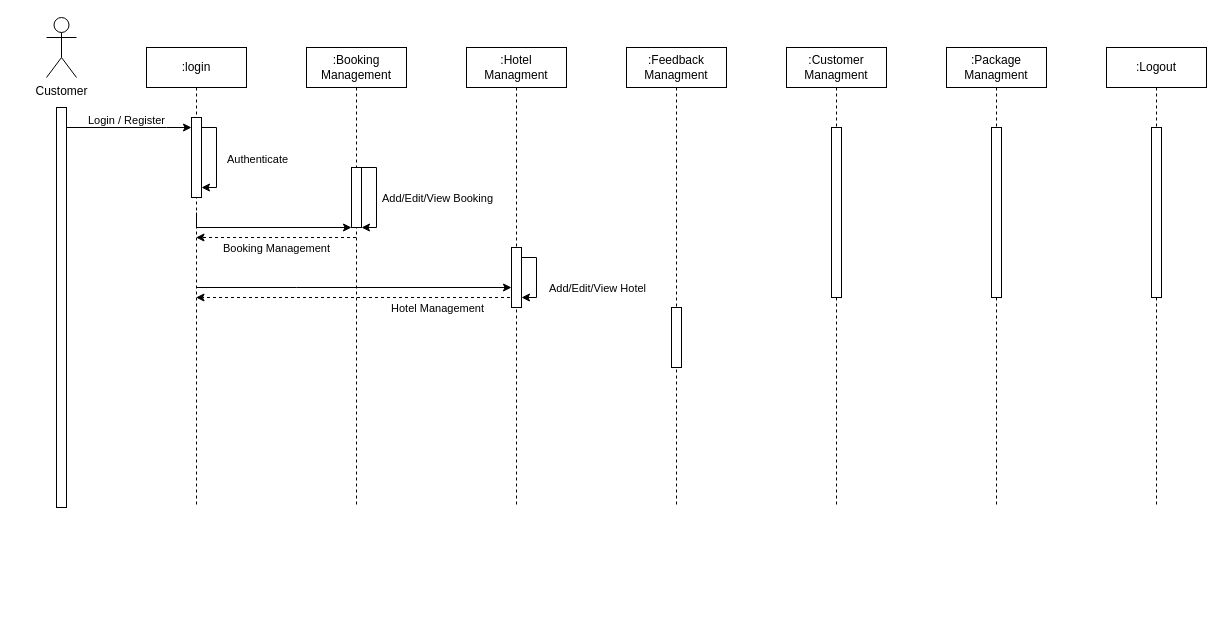
Earlier version of the draw.io diagram sequence dr.drawio (ziard47/Diagram). Source tidied: cells renumbered, new cells numbered last; positions are measured from the earlier drawing's top-left corner, leaving out a move shared by most shapes. Both pictures are drawn from the tidied source at 100%, with x=0, y=0 at pixel (46, 17).
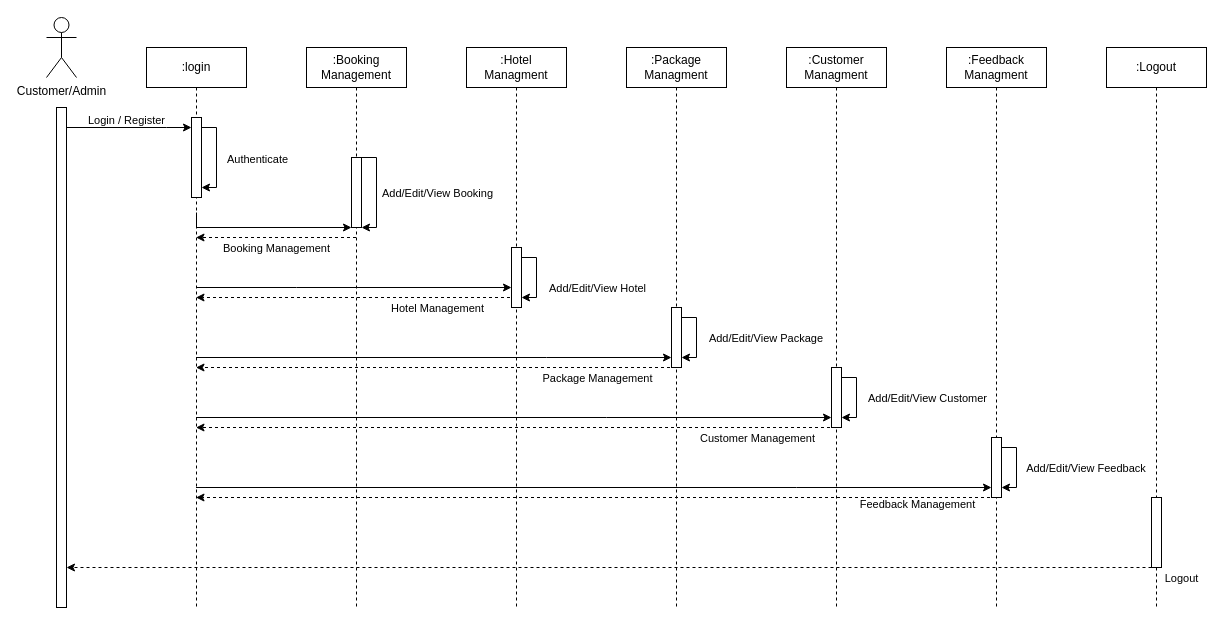
The same diagram, later.

The change refers to these unchanged cells:
```xml
<mxCell id="18" style="html=1;points=[];perimeter=orthogonalPerimeter;outlineConnect=0;targetShapes=umlLifeline;portConstraint=eastwest;newEdgeStyle={&quot;edgeStyle&quot;:&quot;elbowEdgeStyle&quot;,&quot;elbow&quot;:&quot;vertical&quot;,&quot;curved&quot;:0,&quot;rounded&quot;:0};" parent="17" vertex="1">
  <mxGeometry x="45" y="260" width="10" height="60" as="geometry" />
</mxCell>
```

Change to the diagram source:
```diff
@@
+    <mxCell id="32" style="edgeStyle=elbowEdgeStyle;rounded=0;jettySize=auto;html=1;elbow=vertical;curved=0;" parent="1" edge="1" source="3" target="18">
+      <mxGeometry relative="1" as="geometry">
+        <Array as="points">
+          <mxPoint x="500" y="340" />
+        </Array>
+      </mxGeometry>
+    </mxCell>
+    <mxCell id="33" style="edgeStyle=elbowEdgeStyle;rounded=0;jettySize=auto;html=1;elbow=vertical;curved=0;" parent="1" edge="1" source="3" target="20">
+      <mxGeometry relative="1" as="geometry">
+        <Array as="points">
+          <mxPoint x="560" y="400" />
+          <mxPoint x="510" y="390" />
+        </Array>
+      </mxGeometry>
+    </mxCell>
+    <mxCell id="34" style="edgeStyle=elbowEdgeStyle;rounded=0;jettySize=auto;html=1;elbow=vertical;curved=0;" parent="1" edge="1" source="3" target="22">
+      <mxGeometry relative="1" as="geometry">
+        <Array as="points">
+          <mxPoint x="750" y="470" />
+        </Array>
+      </mxGeometry>
+    </mxCell>
     <mxCell id="3" value=":login" style="shape=umlLifeline;perimeter=lifelinePerimeter;whiteSpace=wrap;html=1;outlineConnect=0;portConstraint=eastwest;newEdgeStyle={&quot;edgeStyle&quot;:&quot;elbowEdgeStyle&quot;,&quot;elbow&quot;:&quot;vertical&quot;,&quot;curved&quot;:0,&quot;rounded&quot;:0};" parent="1" vertex="1">
-      <mxGeometry x="100" y="30" width="100" height="460" as="geometry" />
+      <mxGeometry x="100" y="30" width="100" height="560" as="geometry" />
     </mxCell>
@@
     <mxCell id="9" value=":Booking Management" style="shape=umlLifeline;perimeter=lifelinePerimeter;whiteSpace=wrap;html=1;outlineConnect=0;portConstraint=eastwest;newEdgeStyle={&quot;edgeStyle&quot;:&quot;elbowEdgeStyle&quot;,&quot;elbow&quot;:&quot;vertical&quot;,&quot;curved&quot;:0,&quot;rounded&quot;:0};" parent="1" vertex="1">
-      <mxGeometry x="260" y="30" width="100" height="460" as="geometry" />
+      <mxGeometry x="260" y="30" width="100" height="560" as="geometry" />
     </mxCell>
     <mxCell id="10" style="html=1;points=[];perimeter=orthogonalPerimeter;outlineConnect=0;targetShapes=umlLifeline;portConstraint=eastwest;newEdgeStyle={&quot;edgeStyle&quot;:&quot;elbowEdgeStyle&quot;,&quot;elbow&quot;:&quot;vertical&quot;,&quot;curved&quot;:0,&quot;rounded&quot;:0};" parent="9" vertex="1">
-      <mxGeometry x="45" y="120" width="10" height="60" as="geometry" />
+      <mxGeometry x="45" y="110" width="10" height="70" as="geometry" />
     </mxCell>
@@
     <mxCell id="14" value=":Hotel Managment" style="shape=umlLifeline;perimeter=lifelinePerimeter;whiteSpace=wrap;html=1;outlineConnect=0;portConstraint=eastwest;newEdgeStyle={&quot;edgeStyle&quot;:&quot;elbowEdgeStyle&quot;,&quot;elbow&quot;:&quot;vertical&quot;,&quot;curved&quot;:0,&quot;rounded&quot;:0};" parent="1" vertex="1">
-      <mxGeometry x="420" y="30" width="100" height="460" as="geometry" />
+      <mxGeometry x="420" y="30" width="100" height="560" as="geometry" />
     </mxCell>
@@
+    <mxCell id="35" style="edgeStyle=elbowEdgeStyle;rounded=0;jettySize=auto;html=1;elbow=vertical;curved=0;dashed=1;" parent="1" edge="1" source="17" target="3">
+      <mxGeometry relative="1" as="geometry">
+        <Array as="points">
+          <mxPoint x="340" y="350" />
+        </Array>
+      </mxGeometry>
+    </mxCell>
-    <mxCell id="17" value=":Feedback Managment" style="shape=umlLifeline;perimeter=lifelinePerimeter;whiteSpace=wrap;html=1;outlineConnect=0;portConstraint=eastwest;newEdgeStyle={&quot;edgeStyle&quot;:&quot;elbowEdgeStyle&quot;,&quot;elbow&quot;:&quot;vertical&quot;,&quot;curved&quot;:0,&quot;rounded&quot;:0};" parent="1" vertex="1">
-      <mxGeometry x="580" y="30" width="100" height="460" as="geometry" />
+    <mxCell id="17" value=":Package Managment" style="shape=umlLifeline;perimeter=lifelinePerimeter;whiteSpace=wrap;html=1;outlineConnect=0;portConstraint=eastwest;newEdgeStyle={&quot;edgeStyle&quot;:&quot;elbowEdgeStyle&quot;,&quot;elbow&quot;:&quot;vertical&quot;,&quot;curved&quot;:0,&quot;rounded&quot;:0};" parent="1" vertex="1">
+      <mxGeometry x="580" y="30" width="100" height="560" as="geometry" />
     </mxCell>
@@
+    <mxCell id="36" style="edgeStyle=elbowEdgeStyle;rounded=0;orthogonalLoop=1;jettySize=auto;html=1;elbow=vertical;curved=0;" parent="17" edge="1" source="18" target="18">
+      <mxGeometry relative="1" as="geometry">
+        <Array as="points">
+          <mxPoint x="70" y="310" />
+        </Array>
+      </mxGeometry>
+    </mxCell>
+    <mxCell id="37" style="edgeStyle=elbowEdgeStyle;rounded=0;jettySize=auto;html=1;elbow=vertical;curved=0;dashed=1;" parent="1" edge="1" source="19" target="3">
+      <mxGeometry relative="1" as="geometry">
+        <Array as="points">
+          <mxPoint x="390" y="410" />
+        </Array>
+      </mxGeometry>
+    </mxCell>
     <mxCell id="19" value=":Customer Managment" style="shape=umlLifeline;perimeter=lifelinePerimeter;whiteSpace=wrap;html=1;outlineConnect=0;portConstraint=eastwest;newEdgeStyle={&quot;edgeStyle&quot;:&quot;elbowEdgeStyle&quot;,&quot;elbow&quot;:&quot;vertical&quot;,&quot;curved&quot;:0,&quot;rounded&quot;:0};" parent="1" vertex="1">
-      <mxGeometry x="740" y="30" width="100" height="460" as="geometry" />
+      <mxGeometry x="740" y="30" width="100" height="560" as="geometry" />
     </mxCell>
     <mxCell id="20" style="html=1;points=[];perimeter=orthogonalPerimeter;outlineConnect=0;targetShapes=umlLifeline;portConstraint=eastwest;newEdgeStyle={&quot;edgeStyle&quot;:&quot;elbowEdgeStyle&quot;,&quot;elbow&quot;:&quot;vertical&quot;,&quot;curved&quot;:0,&quot;rounded&quot;:0};" parent="19" vertex="1">
-      <mxGeometry x="45" y="80" width="10" height="170" as="geometry" />
+      <mxGeometry x="45" y="320" width="10" height="60" as="geometry" />
     </mxCell>
+    <mxCell id="38" style="edgeStyle=elbowEdgeStyle;rounded=0;orthogonalLoop=1;jettySize=auto;html=1;elbow=vertical;curved=0;" parent="19" edge="1" source="20" target="20">
+      <mxGeometry relative="1" as="geometry">
+        <Array as="points">
+          <mxPoint x="70" y="370" />
+        </Array>
+      </mxGeometry>
+    </mxCell>
+    <mxCell id="39" style="edgeStyle=elbowEdgeStyle;rounded=0;jettySize=auto;html=1;elbow=vertical;curved=0;dashed=1;" parent="1" edge="1" source="21" target="3">
+      <mxGeometry relative="1" as="geometry">
+        <Array as="points">
+          <mxPoint x="470" y="480" />
+        </Array>
+      </mxGeometry>
+    </mxCell>
-    <mxCell id="21" value=":Package Managment" style="shape=umlLifeline;perimeter=lifelinePerimeter;whiteSpace=wrap;html=1;outlineConnect=0;portConstraint=eastwest;newEdgeStyle={&quot;edgeStyle&quot;:&quot;elbowEdgeStyle&quot;,&quot;elbow&quot;:&quot;vertical&quot;,&quot;curved&quot;:0,&quot;rounded&quot;:0};" parent="1" vertex="1">
-      <mxGeometry x="900" y="30" width="100" height="460" as="geometry" />
+    <mxCell id="21" value=":Feedback Managment" style="shape=umlLifeline;perimeter=lifelinePerimeter;whiteSpace=wrap;html=1;outlineConnect=0;portConstraint=eastwest;newEdgeStyle={&quot;edgeStyle&quot;:&quot;elbowEdgeStyle&quot;,&quot;elbow&quot;:&quot;vertical&quot;,&quot;curved&quot;:0,&quot;rounded&quot;:0};" parent="1" vertex="1">
+      <mxGeometry x="900" y="30" width="100" height="560" as="geometry" />
     </mxCell>
     <mxCell id="22" style="html=1;points=[];perimeter=orthogonalPerimeter;outlineConnect=0;targetShapes=umlLifeline;portConstraint=eastwest;newEdgeStyle={&quot;edgeStyle&quot;:&quot;elbowEdgeStyle&quot;,&quot;elbow&quot;:&quot;vertical&quot;,&quot;curved&quot;:0,&quot;rounded&quot;:0};" parent="21" vertex="1">
-      <mxGeometry x="45" y="80" width="10" height="170" as="geometry" />
+      <mxGeometry x="45" y="390" width="10" height="60" as="geometry" />
     </mxCell>
+    <mxCell id="40" style="edgeStyle=elbowEdgeStyle;rounded=0;orthogonalLoop=1;jettySize=auto;html=1;elbow=vertical;curved=0;" parent="21" edge="1" source="22" target="22">
+      <mxGeometry relative="1" as="geometry">
+        <Array as="points">
+          <mxPoint x="70" y="440" />
+        </Array>
+      </mxGeometry>
+    </mxCell>
-    <mxCell id="23" value="Customer" style="shape=umlActor;verticalLabelPosition=bottom;verticalAlign=top;html=1;" parent="1" vertex="1">
+    <mxCell id="23" value="Customer/Admin" style="shape=umlActor;verticalLabelPosition=bottom;verticalAlign=top;html=1;" parent="1" vertex="1">
       <mxGeometry width="30" height="60" as="geometry" />
     </mxCell>
@@
     <mxCell id="26" style="html=1;points=[];perimeter=orthogonalPerimeter;outlineConnect=0;targetShapes=umlLifeline;portConstraint=eastwest;newEdgeStyle={&quot;edgeStyle&quot;:&quot;elbowEdgeStyle&quot;,&quot;elbow&quot;:&quot;vertical&quot;,&quot;curved&quot;:0,&quot;rounded&quot;:0};" parent="1" vertex="1">
-      <mxGeometry x="10" y="90" width="10" height="400" as="geometry" />
+      <mxGeometry x="10" y="90" width="10" height="500" as="geometry" />
     </mxCell>
@@
     <mxCell id="28" value=":Logout" style="shape=umlLifeline;perimeter=lifelinePerimeter;whiteSpace=wrap;html=1;newEdgeStyle={&quot;edgeStyle&quot;:&quot;elbowEdgeStyle&quot;,&quot;elbow&quot;:&quot;vertical&quot;,&quot;curved&quot;:0,&quot;rounded&quot;:0};" parent="1" vertex="1">
-      <mxGeometry x="1060" y="30" width="100" height="460" as="geometry" />
+      <mxGeometry x="1060" y="30" width="100" height="560" as="geometry" />
     </mxCell>
-    <mxCell id="29" style="html=1;points=[];perimeter=orthogonalPerimeter;outlineConnect=0;targetShapes=umlLifeline;portConstraint=eastwest;newEdgeStyle={&quot;edgeStyle&quot;:&quot;elbowEdgeStyle&quot;,&quot;elbow&quot;:&quot;vertical&quot;,&quot;curved&quot;:0,&quot;rounded&quot;:0};" parent="28" vertex="1">
-      <mxGeometry x="45" y="80" width="10" height="170" as="geometry" />
-    </mxCell>
@@
+    <mxCell id="41" value="Add/Edit/View&amp;nbsp;Package&amp;nbsp;" style="edgeLabel;html=1;align=center;verticalAlign=middle;" parent="1" vertex="1">
+      <mxGeometry x="720" y="320" as="geometry" />
+    </mxCell>
+    <mxCell id="42" value="Package&amp;nbsp;Management" style="edgeLabel;html=1;align=center;verticalAlign=middle;" parent="1" vertex="1">
+      <mxGeometry x="550" y="360" as="geometry" />
+    </mxCell>
+    <mxCell id="43" style="edgeStyle=elbowEdgeStyle;rounded=0;jettySize=auto;html=1;elbow=vertical;curved=0;dashed=1;" parent="1" edge="1" source="29" target="26">
+      <mxGeometry relative="1" as="geometry">
+        <Array as="points">
+          <mxPoint x="770" y="550" />
+        </Array>
+      </mxGeometry>
+    </mxCell>
+    <mxCell id="29" style="html=1;points=[];perimeter=orthogonalPerimeter;outlineConnect=0;targetShapes=umlLifeline;portConstraint=eastwest;newEdgeStyle={&quot;edgeStyle&quot;:&quot;elbowEdgeStyle&quot;,&quot;elbow&quot;:&quot;vertical&quot;,&quot;curved&quot;:0,&quot;rounded&quot;:0};" parent="1" vertex="1">
+      <mxGeometry x="1105" y="480" width="10" height="70" as="geometry" />
+    </mxCell>
+    <mxCell id="44" value="Add/Edit/View Customer" style="edgeLabel;html=1;align=center;verticalAlign=middle;" parent="1" vertex="1">
+      <mxGeometry x="880" y="380" as="geometry" />
+    </mxCell>
+    <mxCell id="45" value="Add/Edit/View&amp;nbsp;Feedback&amp;nbsp;" style="edgeLabel;html=1;align=center;verticalAlign=middle;" parent="1" vertex="1">
+      <mxGeometry x="1040" y="450" as="geometry" />
+    </mxCell>
+    <mxCell id="46" value="Customer Management" style="edgeLabel;html=1;align=center;verticalAlign=middle;" parent="1" vertex="1">
+      <mxGeometry x="710" y="420" as="geometry" />
+    </mxCell>
+    <mxCell id="47" value="Feedback&amp;nbsp;Management" style="edgeLabel;html=1;align=center;verticalAlign=middle;" parent="1" vertex="1">
+      <mxGeometry x="860" y="490" as="geometry">
+        <mxPoint x="10" y="-4" as="offset" />
+      </mxGeometry>
+    </mxCell>
+    <mxCell id="48" value="Logout" style="edgeLabel;html=1;align=center;verticalAlign=middle;" parent="1" vertex="1">
+      <mxGeometry x="1150" y="550" as="geometry">
+        <mxPoint x="-16" y="10" as="offset" />
+      </mxGeometry>
+    </mxCell>
```
